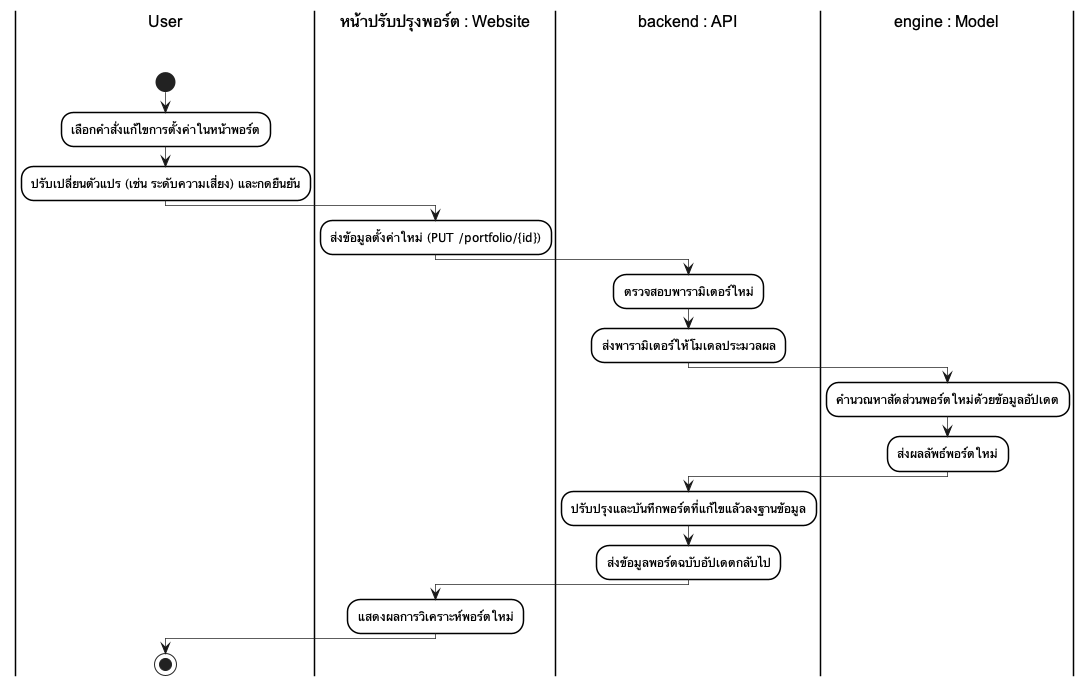
Earlier version of the PlantUML export docs/diagrams/images/activity/activity_07_edit_portfolio_settings.png (Anatta-at/my-portfolio-app).
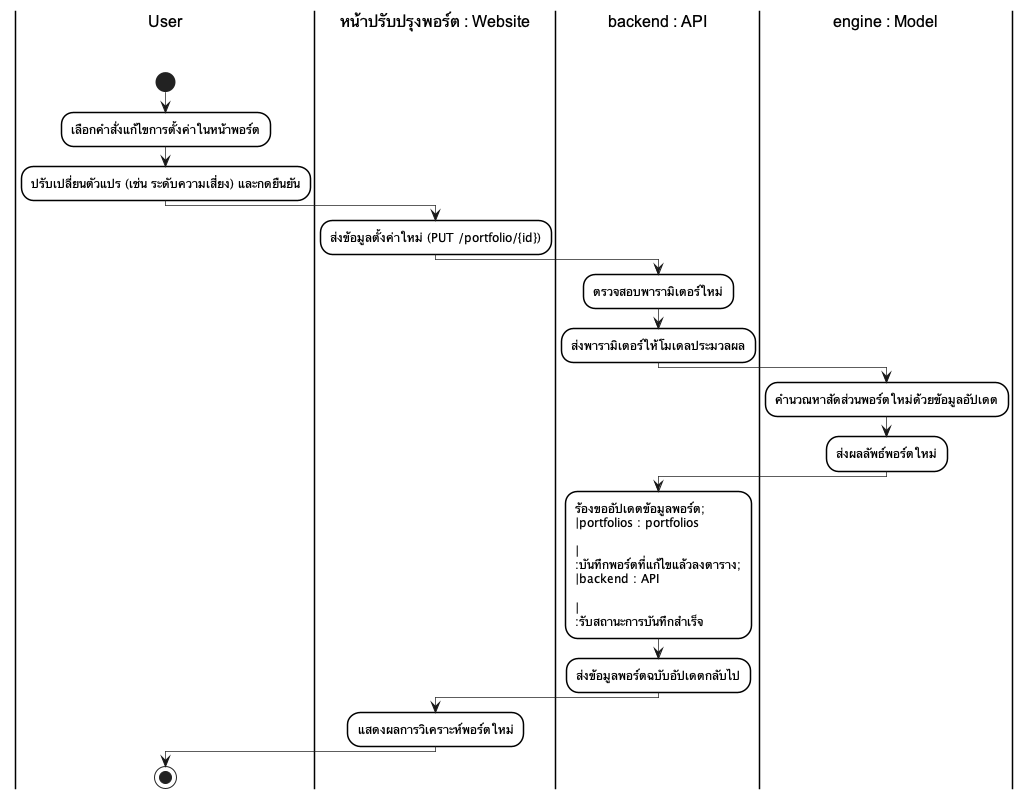
The same diagram one commit later.

The edit, as a diff of the source:
```diff
@@ -30,7 +30,7 @@
 :คำนวณหาสัดส่วนพอร์ตใหม่ด้วยข้อมูลอัปเดต;
 :ส่งผลลัพธ์พอร์ตใหม่;
 |backend : API\n\n|
-:ปรับปรุงและบันทึกพอร์ตที่แก้ไขแล้วลงฐานข้อมูล;
+:ร้องขออัปเดตข้อมูลพอร์ต;\n|portfolios : portfolios\n\n|\n:บันทึกพอร์ตที่แก้ไขแล้วลงตาราง;\n|backend : API\n\n|\n:รับสถานะการบันทึกสำเร็จ;
 :ส่งข้อมูลพอร์ตฉบับอัปเดตกลับไป;
 |หน้าปรับปรุงพอร์ต : Website\n\n|
 :แสดงผลการวิเคราะห์พอร์ตใหม่;
```
